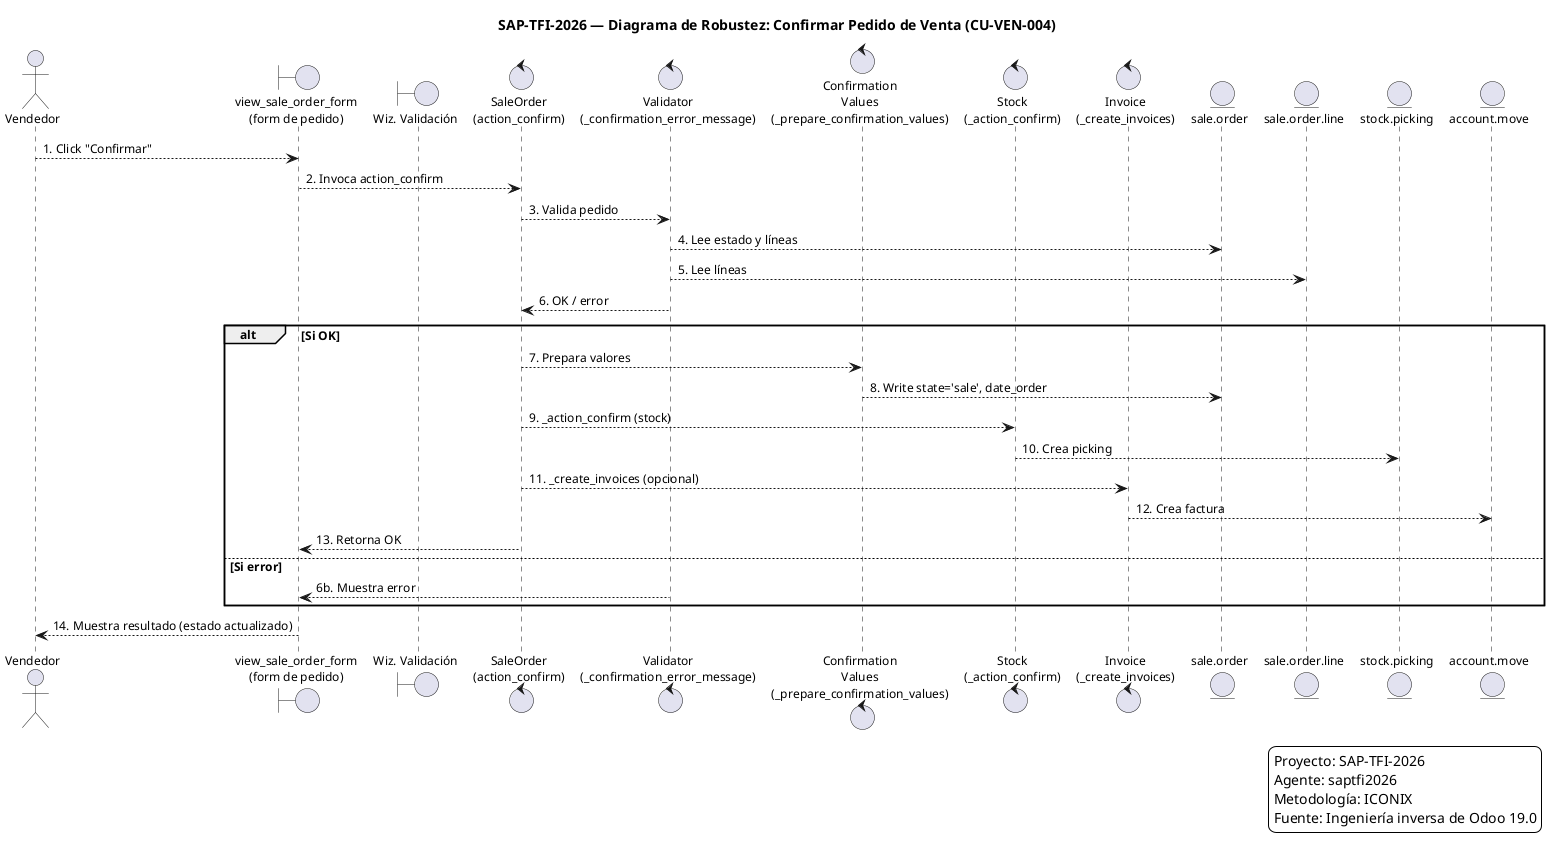
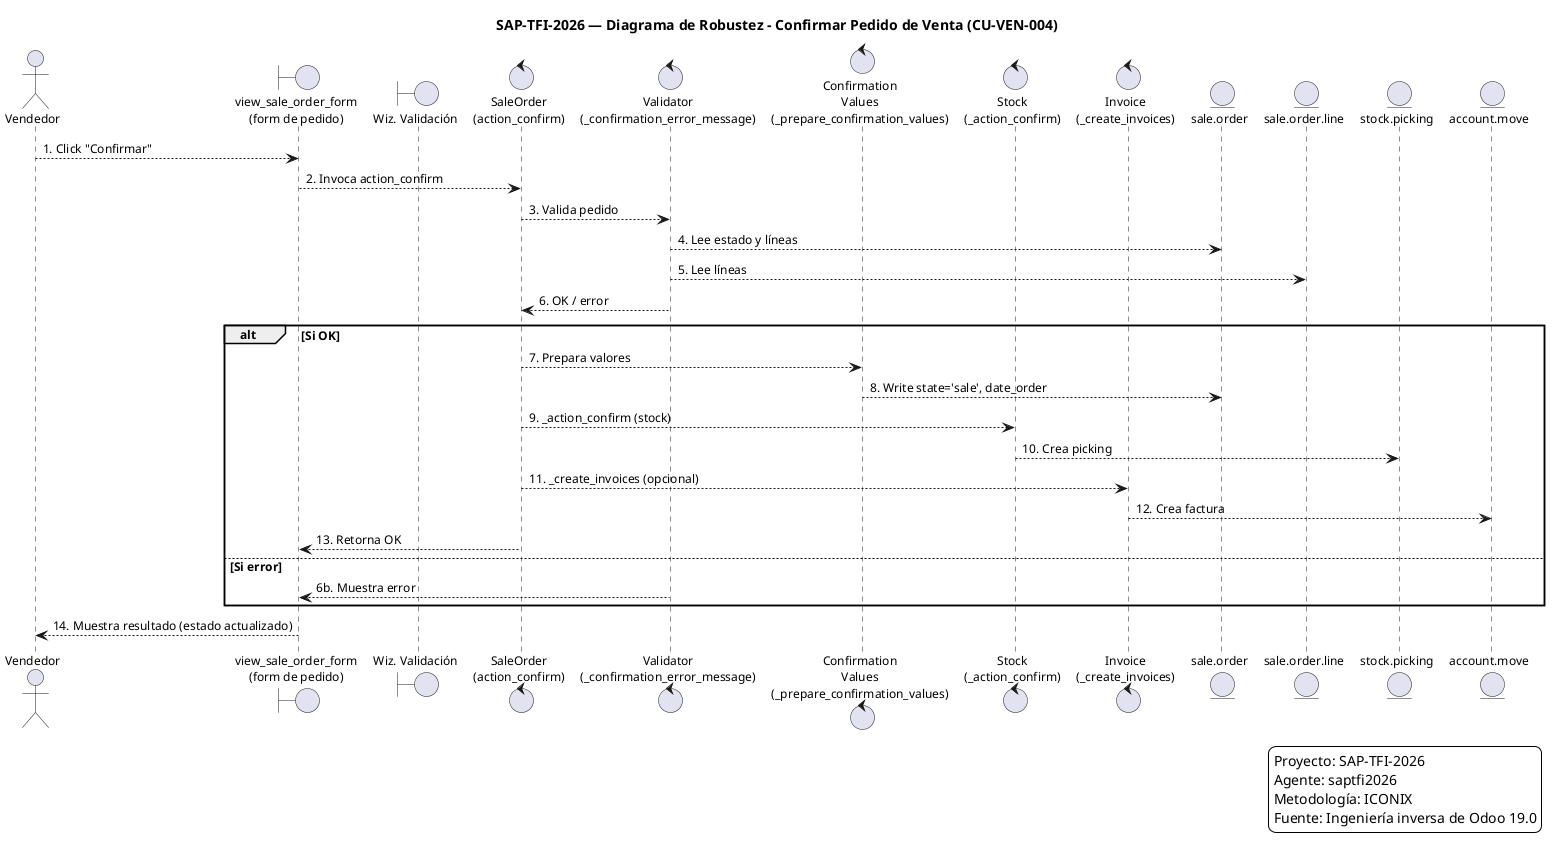
@startuml D-ROB-VEN-004 — Diagrama de Robustez: Confirmar Pedido

- title SAP-TFI-2026 — Diagrama de Robustez: Confirmar Pedido de Venta (CU-VEN-004)
+ title SAP-TFI-2026 — Diagrama de Robustez - Confirmar Pedido de Venta (CU-VEN-004)

skinparam shadowing false
skinparam handwritten false
skinparam defaultFontName Arial
skinparam defaultFontSize 12
skinparam linetype ortho
skinparam backgroundColor white

' Boundary = vistas, formularios
' Control = coordinadores
' Entity = objetos persistentes

actor "Vendedor" as V

boundary "view_sale_order_form\n(form de pedido)" as B_Form
boundary "Wiz. Validación" as B_Wiz

control "SaleOrder\n(action_confirm)" as C_SO
control "Validator\n(_confirmation_error_message)" as C_Val
control "Confirmation\nValues\n(_prepare_confirmation_values)" as C_CV
control "Stock\n(_action_confirm)" as C_Stk
control "Invoice\n(_create_invoices)" as C_Inv

entity "sale.order" as E_SO
entity "sale.order.line" as E_Line
entity "stock.picking" as E_Pick
entity "account.move" as E_Move

V --> B_Form : 1. Click "Confirmar"
B_Form --> C_SO : 2. Invoca action_confirm
C_SO --> C_Val : 3. Valida pedido
C_Val --> E_SO : 4. Lee estado y líneas
C_Val --> E_Line : 5. Lee líneas
C_Val --> C_SO : 6. OK / error

alt Si OK
    C_SO --> C_CV : 7. Prepara valores
    C_CV --> E_SO : 8. Write state='sale', date_order
    C_SO --> C_Stk : 9. _action_confirm (stock)
    C_Stk --> E_Pick : 10. Crea picking
    C_SO --> C_Inv : 11. _create_invoices (opcional)
    C_Inv --> E_Move : 12. Crea factura
    C_SO --> B_Form : 13. Retorna OK
else Si error
    C_Val --> B_Form : 6b. Muestra error
end

B_Form --> V : 14. Muestra resultado (estado actualizado)

legend right
Proyecto: SAP-TFI-2026
Agente: saptfi2026
Metodología: ICONIX
Fuente: Ingeniería inversa de Odoo 19.0
endlegend

@enduml